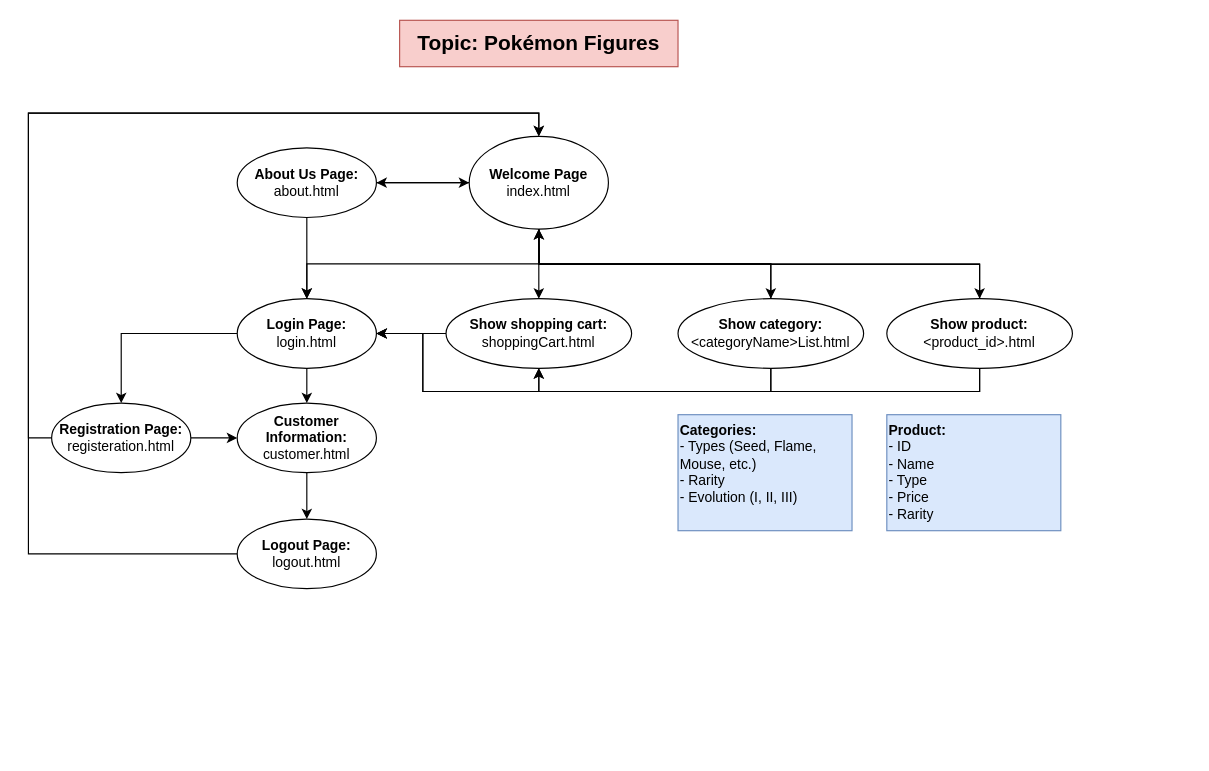
Before: Exercise-Sheet-1/drawio/conceptual-model.drawio in duckswims/pokemon-webshop, a draw.io diagram. Source tidied: cells renumbered, new cells numbered last; positions are measured from the earlier drawing's top-left corner, leaving out a move shared by most shapes. Both pictures are drawn from the tidied source at 116%, with x=0, y=0 at pixel (28, 20).
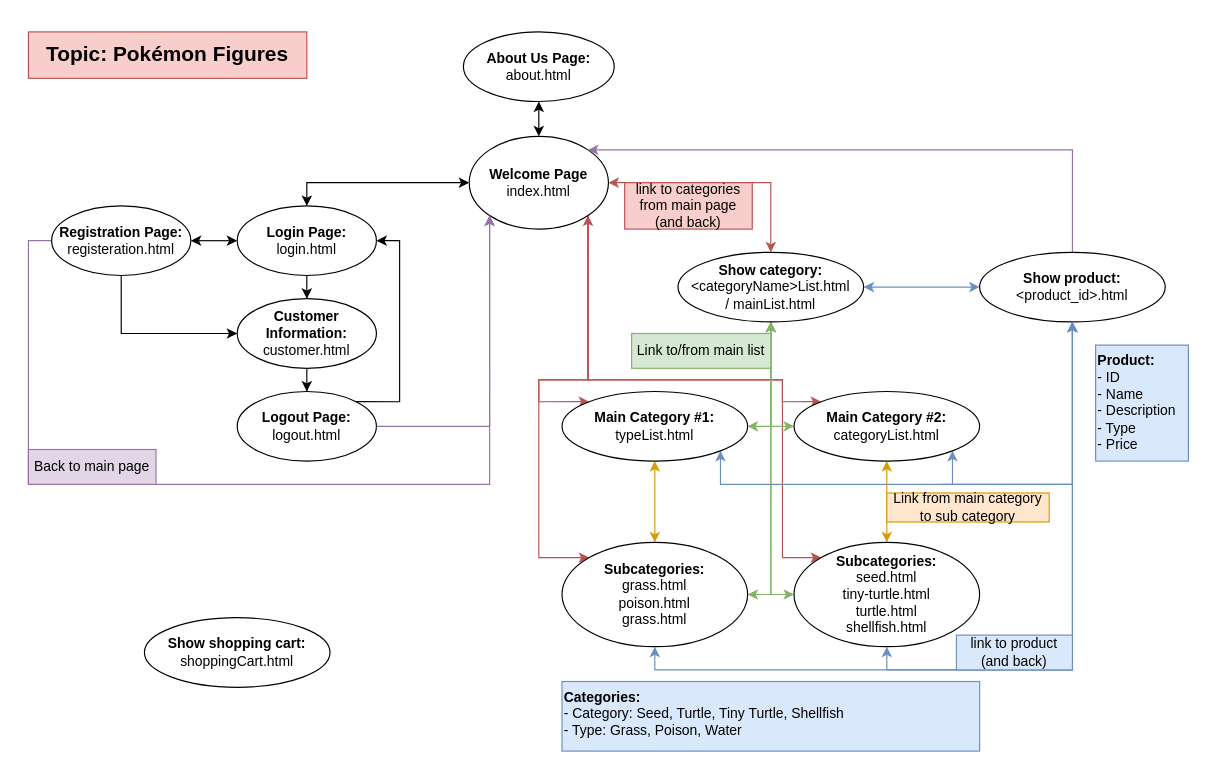
Above is the later version.

Commit message (it also covers changes not shown here):
Task2 draw.io, img updated

The change refers to these unchanged cells:
```xml
<mxCell id="8" value="&lt;div&gt;&lt;b&gt;Welcome Page&lt;/b&gt;&lt;/div&gt;index.html" style="ellipse;whiteSpace=wrap;html=1;" parent="1" vertex="1">
  <mxGeometry x="380" y="100" width="120" height="80" as="geometry" />
</mxCell>
```

Diff of the diagram source:
```diff
@@
     <mxCell id="2" value="Topic: Pokémon Figures" style="rounded=0;whiteSpace=wrap;html=1;fillColor=#f8cecc;strokeColor=#b85450;fontStyle=1;fontSize=18;" parent="1" vertex="1">
-      <mxGeometry x="320" width="240" height="40" as="geometry" />
+      <mxGeometry y="10" width="240" height="40" as="geometry" />
     </mxCell>
-    <mxCell id="3" style="edgeStyle=orthogonalEdgeStyle;rounded=0;jettySize=auto;html=1;exitX=0.5;exitY=1;exitDx=0;exitDy=0;entryX=0.5;entryY=0;entryDx=0;entryDy=0;" parent="1" edge="1" source="8" target="11">
-      <mxGeometry relative="1" as="geometry" />
-    </mxCell>
-    <mxCell id="4" style="edgeStyle=orthogonalEdgeStyle;rounded=0;jettySize=auto;html=1;exitX=0.5;exitY=1;exitDx=0;exitDy=0;entryX=0.5;entryY=0;entryDx=0;entryDy=0;" parent="1" edge="1" source="8" target="20">
+    <mxCell id="4" style="edgeStyle=orthogonalEdgeStyle;rounded=0;jettySize=auto;html=1;exitX=1;exitY=0.5;exitDx=0;exitDy=0;entryX=0.5;entryY=0;entryDx=0;entryDy=0;startArrow=classic;startFill=1;fillColor=#f8cecc;strokeColor=#b85450;" parent="1" edge="1" source="8" target="20">
       <mxGeometry relative="1" as="geometry" />
     </mxCell>
-    <mxCell id="5" style="edgeStyle=orthogonalEdgeStyle;rounded=0;jettySize=auto;html=1;exitX=0.5;exitY=1;exitDx=0;exitDy=0;entryX=0.5;entryY=0;entryDx=0;entryDy=0;" parent="1" edge="1" source="8" target="24">
-      <mxGeometry relative="1" as="geometry" />
-    </mxCell>
-    <mxCell id="6" style="edgeStyle=orthogonalEdgeStyle;rounded=0;jettySize=auto;html=1;exitX=0;exitY=0.5;exitDx=0;exitDy=0;" parent="1" edge="1" source="8" target="29">
-      <mxGeometry relative="1" as="geometry" />
-    </mxCell>
-    <mxCell id="7" style="edgeStyle=orthogonalEdgeStyle;rounded=0;jettySize=auto;html=1;exitX=0.5;exitY=1;exitDx=0;exitDy=0;entryX=0.5;entryY=0;entryDx=0;entryDy=0;" parent="1" edge="1" source="8" target="31">
-      <mxGeometry relative="1" as="geometry" />
-    </mxCell>
+    <mxCell id="34" style="edgeStyle=orthogonalEdgeStyle;rounded=0;jettySize=auto;html=1;exitX=1;exitY=1;exitDx=0;exitDy=0;entryX=0;entryY=0;entryDx=0;entryDy=0;fillColor=#f8cecc;strokeColor=#b85450;" parent="1" edge="1" source="8" target="51">
+      <mxGeometry relative="1" as="geometry">
+        <Array as="points">
+          <mxPoint x="482" y="310" />
+          <mxPoint x="650" y="310" />
+          <mxPoint x="650" y="329" />
+        </Array>
+      </mxGeometry>
+    </mxCell>
+    <mxCell id="35" style="edgeStyle=orthogonalEdgeStyle;rounded=0;jettySize=auto;html=1;exitX=1;exitY=1;exitDx=0;exitDy=0;entryX=0;entryY=0;entryDx=0;entryDy=0;fillColor=#f8cecc;strokeColor=#b85450;" parent="1" edge="1" source="8" target="48">
+      <mxGeometry relative="1" as="geometry">
+        <Array as="points">
+          <mxPoint x="482" y="310" />
+          <mxPoint x="440" y="310" />
+          <mxPoint x="440" y="329" />
+        </Array>
+      </mxGeometry>
+    </mxCell>
+    <mxCell id="36" style="edgeStyle=orthogonalEdgeStyle;rounded=0;jettySize=auto;html=1;exitX=1;exitY=1;exitDx=0;exitDy=0;entryX=0;entryY=0;entryDx=0;entryDy=0;fillColor=#f8cecc;strokeColor=#b85450;" parent="1" edge="1" source="8" target="53">
+      <mxGeometry relative="1" as="geometry">
+        <Array as="points">
+          <mxPoint x="482" y="310" />
+          <mxPoint x="440" y="310" />
+          <mxPoint x="440" y="463" />
+        </Array>
+      </mxGeometry>
+    </mxCell>
+    <mxCell id="37" style="edgeStyle=orthogonalEdgeStyle;rounded=0;jettySize=auto;html=1;exitX=1;exitY=1;exitDx=0;exitDy=0;entryX=0;entryY=0;entryDx=0;entryDy=0;fillColor=#f8cecc;strokeColor=#b85450;startArrow=classic;startFill=1;" parent="1" edge="1" source="8" target="55">
+      <mxGeometry relative="1" as="geometry">
+        <Array as="points">
+          <mxPoint x="482" y="310" />
+          <mxPoint x="650" y="310" />
+          <mxPoint x="650" y="463" />
+        </Array>
+      </mxGeometry>
+    </mxCell>
@@
-    <mxCell id="9" style="edgeStyle=orthogonalEdgeStyle;rounded=0;jettySize=auto;html=1;exitX=0;exitY=0.5;exitDx=0;exitDy=0;entryX=0.5;entryY=0;entryDx=0;entryDy=0;" parent="1" edge="1" source="11" target="14">
+    <mxCell id="9" style="edgeStyle=orthogonalEdgeStyle;rounded=0;jettySize=auto;html=1;exitX=0;exitY=0.5;exitDx=0;exitDy=0;startArrow=classic;startFill=1;" parent="1" edge="1" source="11" target="14">
       <mxGeometry relative="1" as="geometry" />
     </mxCell>
-    <mxCell id="10" style="edgeStyle=orthogonalEdgeStyle;rounded=0;jettySize=auto;html=1;exitX=0.5;exitY=1;exitDx=0;exitDy=0;entryX=0.5;entryY=0;entryDx=0;entryDy=0;" parent="1" edge="1" source="11" target="26">
+    <mxCell id="10" style="edgeStyle=orthogonalEdgeStyle;rounded=0;jettySize=auto;html=1;exitX=0.5;exitY=1;exitDx=0;exitDy=0;" parent="1" edge="1" source="11" target="26">
       <mxGeometry relative="1" as="geometry" />
     </mxCell>
+    <mxCell id="38" style="edgeStyle=orthogonalEdgeStyle;rounded=0;jettySize=auto;html=1;exitX=0.5;exitY=0;exitDx=0;exitDy=0;entryX=0;entryY=0.5;entryDx=0;entryDy=0;startArrow=classic;startFill=1;" parent="1" edge="1" source="11" target="8">
+      <mxGeometry relative="1" as="geometry" />
+    </mxCell>
     <mxCell id="11" value="&lt;div&gt;&lt;b&gt;Login Page:&lt;/b&gt;&lt;/div&gt;login.html" style="ellipse;whiteSpace=wrap;html=1;" parent="1" vertex="1">
-      <mxGeometry x="180" y="240" width="120" height="60" as="geometry" />
+      <mxGeometry x="180" y="160" width="120" height="60" as="geometry" />
     </mxCell>
-    <mxCell id="12" style="edgeStyle=orthogonalEdgeStyle;rounded=0;jettySize=auto;html=1;exitX=1;exitY=0.5;exitDx=0;exitDy=0;entryX=0;entryY=0.5;entryDx=0;entryDy=0;" parent="1" edge="1" source="14" target="26">
+    <mxCell id="12" style="edgeStyle=orthogonalEdgeStyle;rounded=0;jettySize=auto;html=1;exitX=0.5;exitY=1;exitDx=0;exitDy=0;entryX=0;entryY=0.5;entryDx=0;entryDy=0;" parent="1" edge="1" source="14" target="26">
       <mxGeometry relative="1" as="geometry" />
     </mxCell>
-    <mxCell id="13" style="edgeStyle=orthogonalEdgeStyle;rounded=0;jettySize=auto;html=1;exitX=0;exitY=0.5;exitDx=0;exitDy=0;entryX=0.5;entryY=0;entryDx=0;entryDy=0;" parent="1" edge="1" source="14" target="8">
-      <mxGeometry relative="1" as="geometry" />
+    <mxCell id="13" style="edgeStyle=orthogonalEdgeStyle;rounded=0;jettySize=auto;html=1;exitX=0;exitY=0.5;exitDx=0;exitDy=0;entryX=0;entryY=1;entryDx=0;entryDy=0;fillColor=#e1d5e7;strokeColor=#9673a6;" parent="1" edge="1" source="14" target="8">
+      <mxGeometry relative="1" as="geometry">
+        <Array as="points">
+          <mxPoint y="190" />
+          <mxPoint y="400" />
+          <mxPoint x="398" y="400" />
+        </Array>
+      </mxGeometry>
     </mxCell>
     <mxCell id="14" value="&lt;div&gt;&lt;b&gt;Registration Page:&lt;/b&gt;&lt;/div&gt;registeration.html" style="ellipse;whiteSpace=wrap;html=1;" parent="1" vertex="1">
-      <mxGeometry x="20" y="330" width="120" height="60" as="geometry" />
+      <mxGeometry x="20" y="160" width="120" height="60" as="geometry" />
     </mxCell>
-    <mxCell id="15" style="edgeStyle=orthogonalEdgeStyle;rounded=0;jettySize=auto;html=1;exitX=0;exitY=0.5;exitDx=0;exitDy=0;entryX=0.5;entryY=0;entryDx=0;entryDy=0;" parent="1" edge="1" source="16" target="8">
-      <mxGeometry relative="1" as="geometry">
-        <Array as="points">
-          <mxPoint y="460" />
-          <mxPoint y="80" />
-          <mxPoint x="440" y="80" />
-        </Array>
-      </mxGeometry>
+    <mxCell id="15" style="edgeStyle=orthogonalEdgeStyle;rounded=0;jettySize=auto;html=1;exitX=1;exitY=0.5;exitDx=0;exitDy=0;entryX=0;entryY=1;entryDx=0;entryDy=0;fillColor=#e1d5e7;strokeColor=#9673a6;" parent="1" edge="1" source="16" target="8">
+      <mxGeometry relative="1" as="geometry" />
     </mxCell>
+    <mxCell id="39" style="edgeStyle=orthogonalEdgeStyle;rounded=0;jettySize=auto;html=1;exitX=1;exitY=0;exitDx=0;exitDy=0;entryX=1;entryY=0.5;entryDx=0;entryDy=0;" parent="1" edge="1" source="16" target="11">
+      <mxGeometry relative="1" as="geometry">
+        <Array as="points">
+          <mxPoint x="320" y="329" />
+          <mxPoint x="320" y="190" />
+        </Array>
+      </mxGeometry>
+    </mxCell>
     <mxCell id="16" value="&lt;div&gt;&lt;b&gt;Logout Page:&lt;/b&gt;&lt;/div&gt;logout.html" style="ellipse;whiteSpace=wrap;html=1;" parent="1" vertex="1">
-      <mxGeometry x="180" y="430" width="120" height="60" as="geometry" />
+      <mxGeometry x="180" y="320" width="120" height="60" as="geometry" />
     </mxCell>
-    <mxCell id="17" style="edgeStyle=orthogonalEdgeStyle;rounded=0;jettySize=auto;html=1;exitX=0.5;exitY=1;exitDx=0;exitDy=0;entryX=0.5;entryY=1;entryDx=0;entryDy=0;" parent="1" edge="1" source="20" target="31">
-      <mxGeometry relative="1" as="geometry" />
-    </mxCell>
-    <mxCell id="18" style="edgeStyle=orthogonalEdgeStyle;rounded=0;jettySize=auto;html=1;exitX=0.5;exitY=0;exitDx=0;exitDy=0;entryX=0.5;entryY=1;entryDx=0;entryDy=0;" parent="1" edge="1" source="20" target="8">
-      <mxGeometry relative="1" as="geometry" />
-    </mxCell>
-    <mxCell id="19" style="edgeStyle=orthogonalEdgeStyle;rounded=0;jettySize=auto;html=1;exitX=0.5;exitY=1;exitDx=0;exitDy=0;entryX=1;entryY=0.5;entryDx=0;entryDy=0;" parent="1" edge="1" source="20" target="11">
-      <mxGeometry relative="1" as="geometry">
-        <Array as="points">
-          <mxPoint x="640" y="320" />
-          <mxPoint x="340" y="320" />
-          <mxPoint x="340" y="270" />
-        </Array>
-      </mxGeometry>
-    </mxCell>
+    <mxCell id="40" style="edgeStyle=orthogonalEdgeStyle;rounded=0;jettySize=auto;html=1;exitX=1;exitY=0.5;exitDx=0;exitDy=0;entryX=0;entryY=0.5;entryDx=0;entryDy=0;fillColor=#dae8fc;strokeColor=#6c8ebf;startArrow=classic;startFill=1;" parent="1" edge="1" source="20" target="24">
+      <mxGeometry relative="1" as="geometry" />
+    </mxCell>
+    <mxCell id="41" style="edgeStyle=orthogonalEdgeStyle;rounded=0;jettySize=auto;html=1;exitX=0.5;exitY=1;exitDx=0;exitDy=0;entryX=1;entryY=0.5;entryDx=0;entryDy=0;startArrow=classic;startFill=1;fillColor=#d5e8d4;strokeColor=#82b366;" parent="1" edge="1" source="20" target="48">
+      <mxGeometry relative="1" as="geometry" />
+    </mxCell>
+    <mxCell id="42" style="edgeStyle=orthogonalEdgeStyle;rounded=0;jettySize=auto;html=1;exitX=0.5;exitY=1;exitDx=0;exitDy=0;entryX=0;entryY=0.5;entryDx=0;entryDy=0;startArrow=classic;startFill=1;fillColor=#d5e8d4;strokeColor=#82b366;" parent="1" edge="1" source="20" target="51">
+      <mxGeometry relative="1" as="geometry" />
+    </mxCell>
+    <mxCell id="43" style="edgeStyle=orthogonalEdgeStyle;rounded=0;jettySize=auto;html=1;exitX=0.5;exitY=1;exitDx=0;exitDy=0;entryX=1;entryY=0.5;entryDx=0;entryDy=0;startArrow=classic;startFill=1;fillColor=#d5e8d4;strokeColor=#82b366;" parent="1" edge="1" source="20" target="53">
+      <mxGeometry relative="1" as="geometry" />
+    </mxCell>
+    <mxCell id="44" style="edgeStyle=orthogonalEdgeStyle;rounded=0;jettySize=auto;html=1;exitX=0.5;exitY=1;exitDx=0;exitDy=0;entryX=0;entryY=0.5;entryDx=0;entryDy=0;startArrow=classic;startFill=1;fillColor=#d5e8d4;strokeColor=#82b366;" parent="1" edge="1" source="20" target="55">
+      <mxGeometry relative="1" as="geometry" />
+    </mxCell>
-    <mxCell id="20" value="&lt;div&gt;&lt;b&gt;Show category:&lt;/b&gt;&lt;/div&gt;&amp;lt;categoryName&amp;gt;List.html" style="ellipse;whiteSpace=wrap;html=1;" parent="1" vertex="1">
-      <mxGeometry x="560" y="240" width="160" height="60" as="geometry" />
+    <mxCell id="20" value="&lt;div&gt;&lt;b&gt;Show category:&lt;/b&gt;&lt;/div&gt;&amp;lt;categoryName&amp;gt;List.html&lt;div&gt;/ mainList.html&lt;/div&gt;" style="ellipse;whiteSpace=wrap;html=1;" parent="1" vertex="1">
+      <mxGeometry x="560" y="200" width="160" height="60" as="geometry" />
     </mxCell>
-    <mxCell id="21" style="edgeStyle=orthogonalEdgeStyle;rounded=0;jettySize=auto;html=1;exitX=0.5;exitY=1;exitDx=0;exitDy=0;" parent="1" edge="1" source="24">
-      <mxGeometry relative="1" as="geometry">
-        <mxPoint x="440" y="300" as="targetPoint" />
-        <Array as="points">
-          <mxPoint x="820" y="320" />
-          <mxPoint x="440" y="320" />
-        </Array>
-      </mxGeometry>
-    </mxCell>
-    <mxCell id="22" style="edgeStyle=orthogonalEdgeStyle;rounded=0;jettySize=auto;html=1;exitX=0.5;exitY=0;exitDx=0;exitDy=0;" parent="1" edge="1" source="24">
-      <mxGeometry relative="1" as="geometry">
-        <mxPoint x="440" y="180" as="targetPoint" />
-      </mxGeometry>
-    </mxCell>
-    <mxCell id="23" style="edgeStyle=orthogonalEdgeStyle;rounded=0;jettySize=auto;html=1;exitX=0.5;exitY=1;exitDx=0;exitDy=0;entryX=1;entryY=0.5;entryDx=0;entryDy=0;" parent="1" edge="1" source="24" target="11">
-      <mxGeometry relative="1" as="geometry">
-        <Array as="points">
-          <mxPoint x="820" y="320" />
-          <mxPoint x="340" y="320" />
-          <mxPoint x="340" y="270" />
-        </Array>
-      </mxGeometry>
-    </mxCell>
+    <mxCell id="45" style="edgeStyle=orthogonalEdgeStyle;rounded=0;jettySize=auto;html=1;exitX=0.5;exitY=0;exitDx=0;exitDy=0;entryX=1;entryY=0;entryDx=0;entryDy=0;fillColor=#e1d5e7;strokeColor=#9673a6;" parent="1" edge="1" source="24" target="8">
+      <mxGeometry relative="1" as="geometry">
+        <Array as="points">
+          <mxPoint x="900" y="112" />
+        </Array>
+      </mxGeometry>
+    </mxCell>
     <mxCell id="24" value="&lt;div&gt;&lt;b&gt;Show product:&lt;/b&gt;&lt;/div&gt;&amp;lt;product_id&amp;gt;.html" style="ellipse;whiteSpace=wrap;html=1;" parent="1" vertex="1">
-      <mxGeometry x="740" y="240" width="160" height="60" as="geometry" />
+      <mxGeometry x="820" y="200" width="160" height="60" as="geometry" />
     </mxCell>
-    <mxCell id="25" style="edgeStyle=orthogonalEdgeStyle;rounded=0;jettySize=auto;html=1;exitX=0.5;exitY=1;exitDx=0;exitDy=0;entryX=0.5;entryY=0;entryDx=0;entryDy=0;" parent="1" edge="1" source="26" target="16">
+    <mxCell id="25" style="edgeStyle=orthogonalEdgeStyle;rounded=0;jettySize=auto;html=1;exitX=0.5;exitY=1;exitDx=0;exitDy=0;" parent="1" edge="1" source="26" target="16">
       <mxGeometry relative="1" as="geometry" />
     </mxCell>
     <mxCell id="26" value="&lt;div&gt;&lt;b&gt;Customer Information:&lt;/b&gt;&lt;/div&gt;customer.html" style="ellipse;whiteSpace=wrap;html=1;" parent="1" vertex="1">
-      <mxGeometry x="180" y="330" width="120" height="60" as="geometry" />
+      <mxGeometry x="180" y="240" width="120" height="60" as="geometry" />
     </mxCell>
-    <mxCell id="27" style="edgeStyle=orthogonalEdgeStyle;rounded=0;jettySize=auto;html=1;exitX=1;exitY=0.5;exitDx=0;exitDy=0;entryX=0;entryY=0.5;entryDx=0;entryDy=0;" parent="1" edge="1" source="29" target="8">
+    <mxCell id="27" style="edgeStyle=orthogonalEdgeStyle;rounded=0;jettySize=auto;html=1;exitX=0.5;exitY=1;exitDx=0;exitDy=0;entryX=0.5;entryY=0;entryDx=0;entryDy=0;startArrow=classic;startFill=1;" parent="1" edge="1" source="29" target="8">
       <mxGeometry relative="1" as="geometry" />
     </mxCell>
-    <mxCell id="28" style="edgeStyle=orthogonalEdgeStyle;rounded=0;jettySize=auto;html=1;exitX=0.5;exitY=1;exitDx=0;exitDy=0;entryX=0.5;entryY=0;entryDx=0;entryDy=0;" parent="1" edge="1" source="29" target="11">
-      <mxGeometry relative="1" as="geometry" />
-    </mxCell>
     <mxCell id="29" value="&lt;div&gt;&lt;b&gt;About Us Page:&lt;/b&gt;&lt;/div&gt;about.html" style="ellipse;whiteSpace=wrap;html=1;" parent="1" vertex="1">
-      <mxGeometry x="180" y="110" width="120" height="60" as="geometry" />
+      <mxGeometry x="375" y="10" width="130" height="60" as="geometry" />
     </mxCell>
-    <mxCell id="30" style="edgeStyle=orthogonalEdgeStyle;rounded=0;jettySize=auto;html=1;exitX=0;exitY=0.5;exitDx=0;exitDy=0;entryX=1;entryY=0.5;entryDx=0;entryDy=0;" parent="1" edge="1" source="31" target="11">
-      <mxGeometry relative="1" as="geometry" />
-    </mxCell>
     <mxCell id="31" value="&lt;div&gt;&lt;b&gt;Show shopping cart:&lt;/b&gt;&lt;/div&gt;shoppingCart.html" style="ellipse;whiteSpace=wrap;html=1;" parent="1" vertex="1">
-      <mxGeometry x="360" y="240" width="160" height="60" as="geometry" />
+      <mxGeometry x="100" y="515" width="160" height="60" as="geometry" />
     </mxCell>
-    <mxCell id="32" value="&lt;b&gt;Categories:&lt;/b&gt;&lt;div&gt;- Types (Seed, Flame, Mouse, etc.)&lt;/div&gt;&lt;div&gt;- Rarity&amp;nbsp;&lt;/div&gt;&lt;div&gt;- Evolution (I, II, III)&lt;/div&gt;" style="rounded=0;whiteSpace=wrap;html=1;align=left;fillColor=#dae8fc;strokeColor=#6c8ebf;verticalAlign=top;" parent="1" vertex="1">
-      <mxGeometry x="560" y="340" width="150" height="100" as="geometry" />
+    <mxCell id="32" value="&lt;b&gt;Categories:&lt;/b&gt;&lt;div&gt;- Category: Seed, Turtle, Tiny Turtle, Shellfish&lt;/div&gt;&lt;div&gt;- Type: Grass, Poison, Water&lt;/div&gt;" style="rounded=0;whiteSpace=wrap;html=1;align=left;fillColor=#dae8fc;strokeColor=#6c8ebf;verticalAlign=top;" parent="1" vertex="1">
+      <mxGeometry x="460" y="570" width="360" height="60" as="geometry" />
     </mxCell>
-    <mxCell id="33" value="&lt;b&gt;Product:&lt;/b&gt;&lt;div&gt;- ID&lt;/div&gt;&lt;div&gt;- Name&amp;nbsp;&lt;/div&gt;&lt;div&gt;- Type&lt;/div&gt;&lt;div&gt;- Price&lt;/div&gt;&lt;div&gt;- Rarity&lt;/div&gt;" style="rounded=0;whiteSpace=wrap;html=1;align=left;fillColor=#dae8fc;strokeColor=#6c8ebf;verticalAlign=top;" parent="1" vertex="1">
-      <mxGeometry x="740" y="340" width="150" height="100" as="geometry" />
+    <mxCell id="33" value="&lt;b&gt;Product:&lt;/b&gt;&lt;div&gt;- ID&lt;/div&gt;&lt;div&gt;- Name&lt;/div&gt;&lt;div&gt;- Description&amp;nbsp;&lt;/div&gt;&lt;div&gt;- Type&lt;/div&gt;&lt;div&gt;- Price&lt;/div&gt;" style="rounded=0;whiteSpace=wrap;html=1;align=left;fillColor=#dae8fc;strokeColor=#6c8ebf;verticalAlign=top;" parent="1" vertex="1">
+      <mxGeometry x="920" y="280" width="80" height="100" as="geometry" />
     </mxCell>
+    <mxCell id="46" style="edgeStyle=orthogonalEdgeStyle;rounded=0;jettySize=auto;html=1;exitX=0.5;exitY=1;exitDx=0;exitDy=0;entryX=0.5;entryY=0;entryDx=0;entryDy=0;fillColor=#ffe6cc;strokeColor=#d79b00;startArrow=classic;startFill=1;" parent="1" edge="1" source="48" target="53">
+      <mxGeometry relative="1" as="geometry" />
+    </mxCell>
+    <mxCell id="47" style="edgeStyle=orthogonalEdgeStyle;rounded=0;jettySize=auto;html=1;exitX=1;exitY=1;exitDx=0;exitDy=0;fillColor=#dae8fc;strokeColor=#6c8ebf;entryX=0.5;entryY=1;entryDx=0;entryDy=0;startArrow=classic;startFill=1;" parent="1" edge="1" source="48" target="24">
+      <mxGeometry relative="1" as="geometry">
+        <Array as="points">
+          <mxPoint x="607" y="400" />
+          <mxPoint x="971" y="400" />
+        </Array>
+      </mxGeometry>
+    </mxCell>
+    <mxCell id="48" value="&lt;div&gt;&lt;b&gt;Main Category #1:&lt;/b&gt;&lt;/div&gt;typeList.html" style="ellipse;whiteSpace=wrap;html=1;" parent="1" vertex="1">
+      <mxGeometry x="460" y="320" width="160" height="60" as="geometry" />
+    </mxCell>
+    <mxCell id="49" style="edgeStyle=orthogonalEdgeStyle;rounded=0;jettySize=auto;html=1;exitX=0.5;exitY=1;exitDx=0;exitDy=0;entryX=0.5;entryY=0;entryDx=0;entryDy=0;fillColor=#ffe6cc;strokeColor=#d79b00;startArrow=classic;startFill=1;" parent="1" edge="1" source="51" target="55">
+      <mxGeometry relative="1" as="geometry" />
+    </mxCell>
+    <mxCell id="50" style="edgeStyle=orthogonalEdgeStyle;rounded=0;jettySize=auto;html=1;exitX=1;exitY=1;exitDx=0;exitDy=0;entryX=0.5;entryY=1;entryDx=0;entryDy=0;fillColor=#dae8fc;strokeColor=#6c8ebf;startArrow=classic;startFill=1;" parent="1" edge="1" source="51" target="24">
+      <mxGeometry relative="1" as="geometry">
+        <Array as="points">
+          <mxPoint x="787" y="400" />
+          <mxPoint x="970" y="400" />
+        </Array>
+      </mxGeometry>
+    </mxCell>
+    <mxCell id="51" value="&lt;div&gt;&lt;b&gt;Main Category #2:&lt;/b&gt;&lt;/div&gt;categoryList.html" style="ellipse;whiteSpace=wrap;html=1;" parent="1" vertex="1">
+      <mxGeometry x="660" y="320" width="160" height="60" as="geometry" />
+    </mxCell>
+    <mxCell id="52" style="edgeStyle=orthogonalEdgeStyle;rounded=0;jettySize=auto;html=1;exitX=0.5;exitY=1;exitDx=0;exitDy=0;entryX=0.5;entryY=1;entryDx=0;entryDy=0;fillColor=#dae8fc;strokeColor=#6c8ebf;startArrow=classic;startFill=1;" parent="1" edge="1" source="53" target="24">
+      <mxGeometry relative="1" as="geometry">
+        <Array as="points">
+          <mxPoint x="540" y="560" />
+          <mxPoint x="900" y="560" />
+        </Array>
+      </mxGeometry>
+    </mxCell>
+    <mxCell id="53" value="&lt;div&gt;&lt;b&gt;Subcategories:&lt;/b&gt;&lt;/div&gt;&lt;div&gt;grass.html&lt;/div&gt;&lt;div&gt;poison.html&lt;/div&gt;&lt;div&gt;grass.html&lt;/div&gt;" style="ellipse;whiteSpace=wrap;html=1;" parent="1" vertex="1">
+      <mxGeometry x="460" y="450" width="160" height="90" as="geometry" />
+    </mxCell>
+    <mxCell id="54" style="edgeStyle=orthogonalEdgeStyle;rounded=0;jettySize=auto;html=1;exitX=0.5;exitY=1;exitDx=0;exitDy=0;entryX=0.5;entryY=1;entryDx=0;entryDy=0;fillColor=#dae8fc;strokeColor=#6c8ebf;startArrow=classic;startFill=1;" parent="1" edge="1" source="55" target="24">
+      <mxGeometry relative="1" as="geometry">
+        <Array as="points">
+          <mxPoint x="740" y="560" />
+          <mxPoint x="900" y="560" />
+        </Array>
+      </mxGeometry>
+    </mxCell>
+    <mxCell id="55" value="&lt;div&gt;&lt;b&gt;Subcategories:&lt;/b&gt;&lt;/div&gt;&lt;div&gt;seed.html&lt;/div&gt;&lt;div&gt;tiny-turtle.html&lt;/div&gt;&lt;div&gt;turtle.html&lt;/div&gt;&lt;div&gt;shellfish.html&lt;/div&gt;" style="ellipse;whiteSpace=wrap;html=1;" parent="1" vertex="1">
+      <mxGeometry x="660" y="450" width="160" height="90" as="geometry" />
+    </mxCell>
+    <mxCell id="56" value="link to product (and back)" style="text;html=1;align=center;verticalAlign=middle;whiteSpace=wrap;rounded=0;fillColor=#dae8fc;strokeColor=#6c8ebf;" parent="1" vertex="1">
+      <mxGeometry x="800" y="530" width="100" height="30" as="geometry" />
+    </mxCell>
+    <mxCell id="57" value="link to categories from main page&lt;div&gt;(and back)&lt;/div&gt;" style="text;html=1;align=center;verticalAlign=middle;whiteSpace=wrap;rounded=0;fillColor=#f8cecc;strokeColor=#b85450;" parent="1" vertex="1">
+      <mxGeometry x="514" y="140" width="110" height="40" as="geometry" />
+    </mxCell>
+    <mxCell id="58" value="Link from main category to sub category" style="text;html=1;align=center;verticalAlign=middle;whiteSpace=wrap;rounded=0;fillColor=#ffe6cc;strokeColor=#d79b00;" parent="1" vertex="1">
+      <mxGeometry x="740" y="407.5" width="140" height="25" as="geometry" />
+    </mxCell>
+    <mxCell id="59" value="Link to/from main list" style="text;html=1;align=center;verticalAlign=middle;whiteSpace=wrap;rounded=0;fillColor=#d5e8d4;strokeColor=#82b366;" parent="1" vertex="1">
+      <mxGeometry x="520" y="270" width="120" height="30" as="geometry" />
+    </mxCell>
+    <mxCell id="60" value="Back to main page" style="text;html=1;align=center;verticalAlign=middle;whiteSpace=wrap;rounded=0;fillColor=#e1d5e7;strokeColor=#9673a6;" parent="1" vertex="1">
+      <mxGeometry y="370" width="110" height="30" as="geometry" />
+    </mxCell>
```
